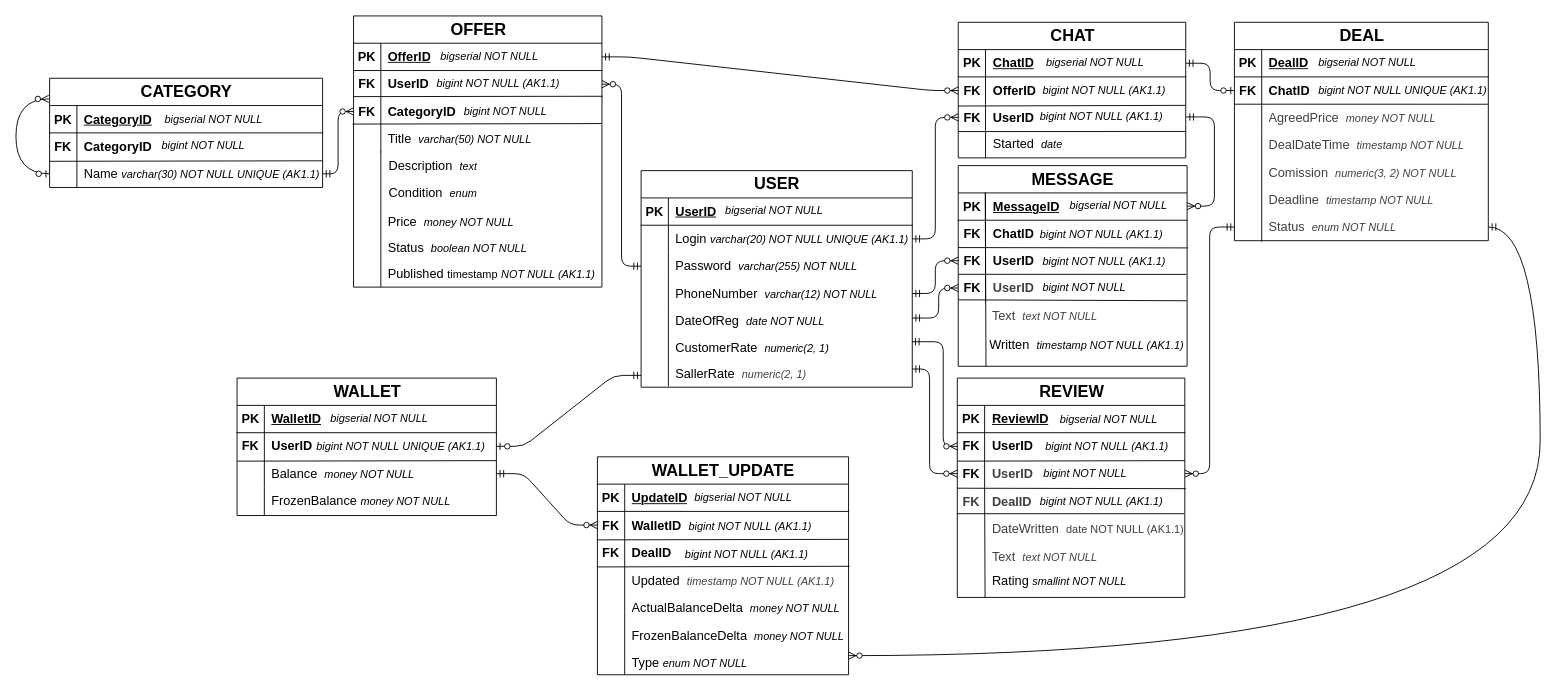
This is drawio_models/R_diagram_2.drawio from ilmirbl4/Online_sales_service_db, a draw.io file, before an edit. Source tidied: cells renumbered, new cells numbered last; positions are measured from the earlier drawing's top-left corner, leaving out a move shared by most shapes. Both pictures are drawn from the tidied source at 91%, with x=0, y=0 at pixel (15, 15).
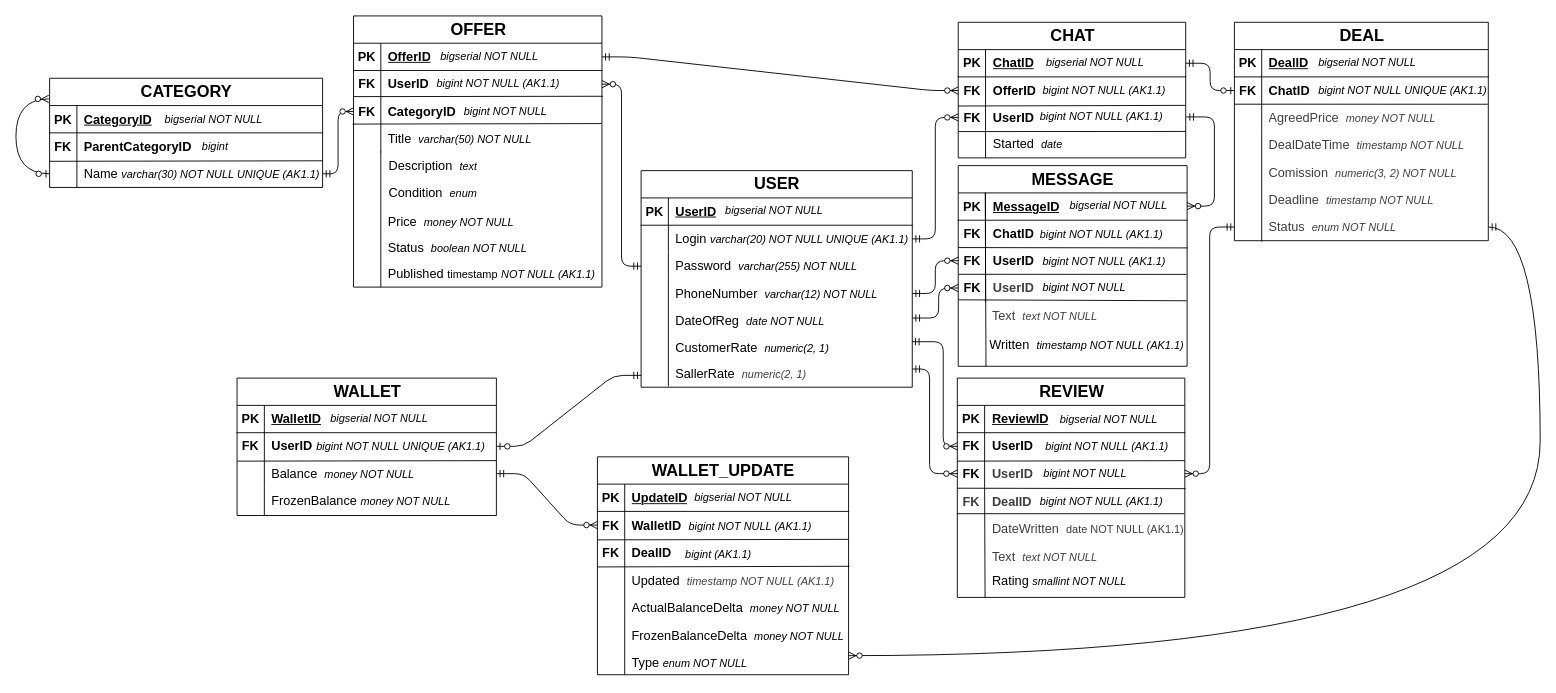
The same page after the edit.

Unchanged cells that the change refers to:
```xml
<mxCell id="51" style="shape=tableRow;horizontal=0;startSize=0;swimlaneHead=0;swimlaneBody=0;fillColor=none;top=0;left=0;right=0;bottom=0;" parent="47" vertex="1">
  <mxGeometry y="60" width="300" height="30" as="geometry" />
</mxCell>
```

The edit, as a diff of the source:
```diff
@@
-    <mxCell id="53" value="&lt;b&gt;&lt;font style=&quot;font-size: 14px;&quot;&gt;CategoryID&lt;/font&gt;&lt;/b&gt;" style="shape=partialRectangle;fillColor=none;top=0;left=0;bottom=0;right=0;align=left;spacingLeft=6;overflow=hidden;whiteSpace=wrap;html=1;" parent="51" vertex="1">
+    <mxCell id="53" value="&lt;b&gt;&lt;font style=&quot;font-size: 14px;&quot;&gt;ParentCategoryID&lt;/font&gt;&lt;/b&gt;" style="shape=partialRectangle;fillColor=none;top=0;left=0;bottom=0;right=0;align=left;spacingLeft=6;overflow=hidden;whiteSpace=wrap;html=1;" parent="51" vertex="1">
       <mxGeometry x="30" width="270" height="30" as="geometry" />
     </mxCell>
@@
-    <mxCell id="188" value="&lt;i&gt;&amp;nbsp;bigint NOT NULL (AK1.1)&lt;/i&gt;" style="text;html=1;align=center;verticalAlign=middle;strokeColor=none;fillColor=none;" parent="1" vertex="1">
-      <mxGeometry x="722" y="579" width="157" height="26" as="geometry" />
+    <mxCell id="188" value="&lt;i&gt;&amp;nbsp;bigint (AK1.1)&lt;/i&gt;" style="text;html=1;align=center;verticalAlign=middle;strokeColor=none;fillColor=none;" parent="1" vertex="1">
+      <mxGeometry x="723" y="579" width="94" height="26" as="geometry" />
     </mxCell>
@@
-    <mxCell id="195" value="&lt;i&gt;&amp;nbsp;bigint NOT NULL&lt;/i&gt;" style="text;html=1;align=center;verticalAlign=middle;strokeColor=none;fillColor=none;" parent="1" vertex="1">
-      <mxGeometry x="147" y="130" width="113" height="26" as="geometry" />
+    <mxCell id="195" value="&lt;i&gt;&amp;nbsp;bigint&lt;/i&gt;" style="text;html=1;align=center;verticalAlign=middle;strokeColor=none;fillColor=none;" parent="1" vertex="1">
+      <mxGeometry x="191.5" y="131" width="50" height="26" as="geometry" />
     </mxCell>
```
